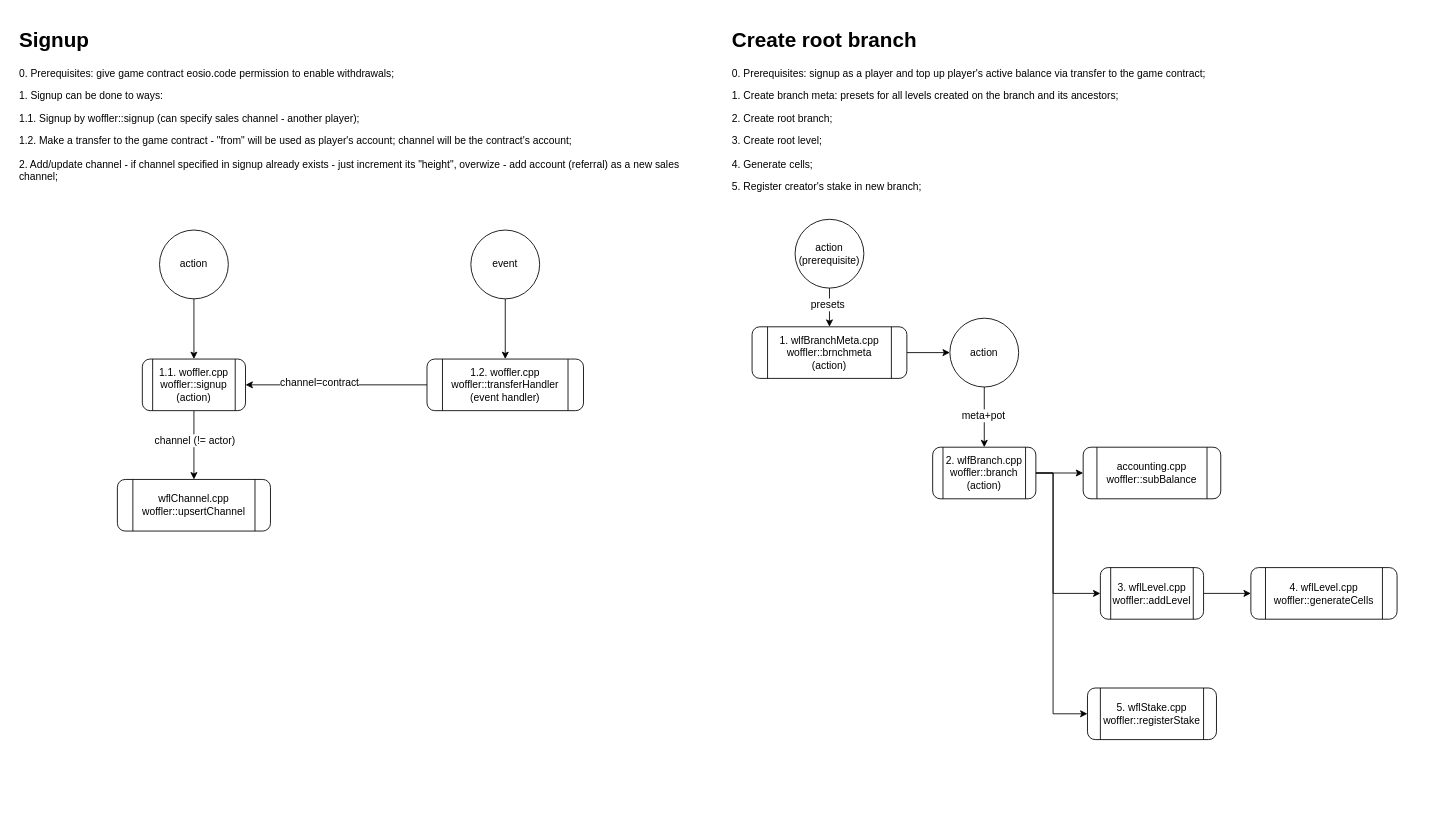
Before: page "workflows" (14 of 14) of ia/WOFFLER IA.drawio in cptn-solo/woffler_contract, a draw.io diagram. Source tidied: cells renumbered, new cells numbered last; positions are measured from the earlier drawing's top-left corner, leaving out a move shared by most shapes. Both pictures are drawn from the tidied source at 86%, with x=0, y=0 at pixel (15, 23).
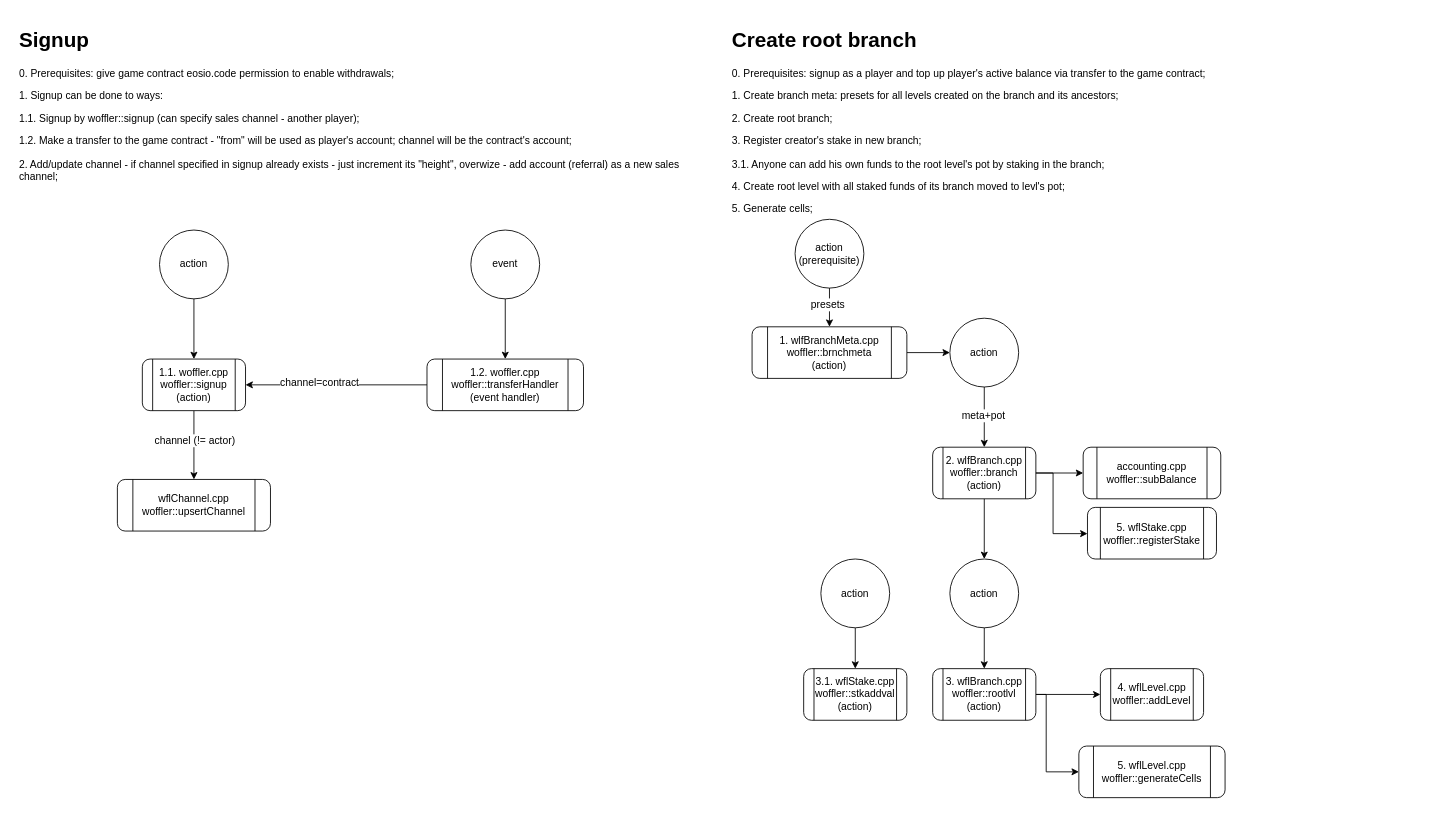
After the change.

The change refers to these unchanged cells:
```xml
<mxCell id="8" value="2. wlfBranch.cpp&lt;br&gt;&lt;div&gt;&lt;span&gt;woffler::branch&lt;/span&gt;&lt;/div&gt;&lt;div&gt;(action)&lt;/div&gt;" style="shape=process;whiteSpace=wrap;html=1;backgroundOutline=1;rounded=1;" parent="1" vertex="1">
  <mxGeometry x="1067" y="492.5" width="120" height="60" as="geometry" />
</mxCell>
```

Change to the diagram source:
```diff
@@
-    <mxCell id="2" value="&lt;h1&gt;Create root branch&lt;/h1&gt;&lt;p&gt;0. Prerequisites: signup as a player and top up player's active balance via transfer to the game contract;&lt;/p&gt;&lt;p&gt;1. Create branch meta: presets for all levels created on the branch and its ancestors;&lt;/p&gt;&lt;p&gt;2. Create root branch;&lt;/p&gt;&lt;p&gt;3. Create root level;&lt;/p&gt;&lt;p&gt;4. Generate cells;&lt;/p&gt;&lt;p&gt;5. Register creator's stake in new branch;&lt;/p&gt;" style="text;html=1;strokeColor=none;fillColor=none;spacing=5;spacingTop=-20;whiteSpace=wrap;overflow=hidden;rounded=0;" parent="1" vertex="1">
-      <mxGeometry x="829" width="810" height="200" as="geometry" />
+    <mxCell id="2" value="&lt;h1&gt;Create root branch&lt;/h1&gt;&lt;p&gt;0. Prerequisites: signup as a player and top up player's active balance via transfer to the game contract;&lt;/p&gt;&lt;p&gt;1. Create branch meta: presets for all levels created on the branch and its ancestors;&lt;/p&gt;&lt;p&gt;2. Create root branch;&lt;/p&gt;&lt;p&gt;3. Register creator's stake in new branch;&lt;br&gt;&lt;/p&gt;&lt;p&gt;3.1. Anyone can add his own funds to the root level's pot by staking in the branch;&lt;/p&gt;&lt;p&gt;4. Create root level with all staked funds of its branch moved to levl's pot;&lt;/p&gt;&lt;p&gt;5. Generate cells;&lt;/p&gt;&lt;p&gt;&lt;br&gt;&lt;/p&gt;" style="text;html=1;strokeColor=none;fillColor=none;spacing=5;spacingTop=-20;whiteSpace=wrap;overflow=hidden;rounded=0;" parent="1" vertex="1">
+      <mxGeometry x="829" width="810" height="230" as="geometry" />
     </mxCell>
@@
+    <mxCell id="32" style="edgeStyle=orthogonalEdgeStyle;rounded=0;jettySize=auto;html=1;" parent="1" edge="1" source="8" target="35">
+      <mxGeometry relative="1" as="geometry" />
+    </mxCell>
@@
-    <mxCell id="9" style="edgeStyle=orthogonalEdgeStyle;rounded=0;jettySize=auto;html=1;" parent="1" edge="1" source="8" target="13">
-      <mxGeometry relative="1" as="geometry">
-        <Array as="points">
-          <mxPoint x="1207" y="522.5" />
-          <mxPoint x="1207" y="662.5" />
-        </Array>
-      </mxGeometry>
+    <mxCell id="9" style="edgeStyle=orthogonalEdgeStyle;rounded=0;jettySize=auto;html=1;" parent="1" edge="1" source="35" target="13">
+      <mxGeometry relative="1" as="geometry" />
     </mxCell>
@@
     <mxCell id="11" style="edgeStyle=orthogonalEdgeStyle;rounded=0;jettySize=auto;html=1;" parent="1" edge="1" source="8" target="15">
       <mxGeometry relative="1" as="geometry">
         <Array as="points">
-          <mxPoint x="1207" y="522.5" />
-          <mxPoint x="1207" y="802.5" />
+          <mxPoint x="1207" y="523" />
+          <mxPoint x="1207" y="593" />
         </Array>
       </mxGeometry>
     </mxCell>
     <mxCell id="12" style="edgeStyle=orthogonalEdgeStyle;rounded=0;jettySize=auto;html=1;" parent="1" edge="1" source="13" target="14">
-      <mxGeometry relative="1" as="geometry" />
+      <mxGeometry relative="1" as="geometry">
+        <Array as="points">
+          <mxPoint x="1199" y="780" />
+          <mxPoint x="1199" y="870" />
+        </Array>
+      </mxGeometry>
     </mxCell>
+    <mxCell id="33" style="edgeStyle=orthogonalEdgeStyle;rounded=0;jumpStyle=arc;jettySize=auto;html=1;" parent="1" edge="1" source="13" target="34">
+      <mxGeometry relative="1" as="geometry">
+        <Array as="points">
+          <mxPoint x="1219" y="780" />
+          <mxPoint x="1219" y="780" />
+        </Array>
+      </mxGeometry>
+    </mxCell>
-    <mxCell id="13" value="3. wflLevel.cpp&lt;br&gt;&lt;div&gt;&lt;div&gt;&lt;span&gt;woffler::addLevel&lt;/span&gt;&lt;/div&gt;&lt;/div&gt;" style="shape=process;whiteSpace=wrap;html=1;backgroundOutline=1;rounded=1;" parent="1" vertex="1">
-      <mxGeometry x="1262" y="632.5" width="120" height="60" as="geometry" />
+    <mxCell id="13" value="3. wflBranch.cpp&lt;br&gt;&lt;div&gt;&lt;div&gt;&lt;span&gt;woffler::&lt;/span&gt;&lt;span&gt;rootlvl&lt;/span&gt;&lt;/div&gt;&lt;/div&gt;&lt;div&gt;&lt;span&gt;(action)&lt;/span&gt;&lt;/div&gt;" style="shape=process;whiteSpace=wrap;html=1;backgroundOutline=1;rounded=1;" parent="1" vertex="1">
+      <mxGeometry x="1067" y="750" width="120" height="60" as="geometry" />
     </mxCell>
+    <mxCell id="34" value="4. wflLevel.cpp&lt;br&gt;&lt;div&gt;&lt;div&gt;&lt;span&gt;woffler::addLevel&lt;/span&gt;&lt;/div&gt;&lt;/div&gt;" style="shape=process;whiteSpace=wrap;html=1;backgroundOutline=1;rounded=1;" parent="1" vertex="1">
+      <mxGeometry x="1262" y="750" width="120" height="60" as="geometry" />
+    </mxCell>
-    <mxCell id="14" value="4. wflLevel.cpp&lt;br&gt;&lt;div&gt;&lt;div&gt;&lt;span&gt;woffler::generateCells&lt;/span&gt;&lt;/div&gt;&lt;/div&gt;" style="shape=process;whiteSpace=wrap;html=1;backgroundOutline=1;rounded=1;" parent="1" vertex="1">
-      <mxGeometry x="1437" y="632.5" width="170" height="60" as="geometry" />
+    <mxCell id="14" value="5. wflLevel.cpp&lt;br&gt;&lt;div&gt;&lt;div&gt;&lt;span&gt;woffler::generateCells&lt;/span&gt;&lt;/div&gt;&lt;/div&gt;" style="shape=process;whiteSpace=wrap;html=1;backgroundOutline=1;rounded=1;" parent="1" vertex="1">
+      <mxGeometry x="1237" y="840" width="170" height="60" as="geometry" />
     </mxCell>
     <mxCell id="15" value="5. wflStake.cpp&lt;br&gt;&lt;div&gt;&lt;div&gt;&lt;span&gt;woffler::registerStake&lt;/span&gt;&lt;/div&gt;&lt;/div&gt;" style="shape=process;whiteSpace=wrap;html=1;backgroundOutline=1;rounded=1;" parent="1" vertex="1">
-      <mxGeometry x="1247" y="772.5" width="150" height="60" as="geometry" />
+      <mxGeometry x="1247" y="562.5" width="150" height="60" as="geometry" />
     </mxCell>
@@
+    <mxCell id="35" value="action&lt;br&gt;" style="ellipse;whiteSpace=wrap;html=1;rounded=1;" parent="1" vertex="1">
+      <mxGeometry x="1087" y="622.5" width="80" height="80" as="geometry" />
+    </mxCell>
+    <mxCell id="36" style="edgeStyle=orthogonalEdgeStyle;rounded=0;jumpStyle=arc;jettySize=auto;html=1;" parent="1" edge="1" source="37" target="38">
+      <mxGeometry relative="1" as="geometry" />
+    </mxCell>
+    <mxCell id="37" value="action&lt;br&gt;" style="ellipse;whiteSpace=wrap;html=1;rounded=1;" parent="1" vertex="1">
+      <mxGeometry x="937" y="622.5" width="80" height="80" as="geometry" />
+    </mxCell>
+    <mxCell id="38" value="3.1. wflStake.cpp&lt;br&gt;&lt;div&gt;&lt;div&gt;&lt;span&gt;woffler::&lt;/span&gt;&lt;span&gt;stkaddval&lt;/span&gt;&lt;/div&gt;&lt;/div&gt;&lt;div&gt;&lt;span&gt;(action)&lt;/span&gt;&lt;/div&gt;" style="shape=process;whiteSpace=wrap;html=1;backgroundOutline=1;rounded=1;" parent="1" vertex="1">
+      <mxGeometry x="917" y="750" width="120" height="60" as="geometry" />
+    </mxCell>
```
